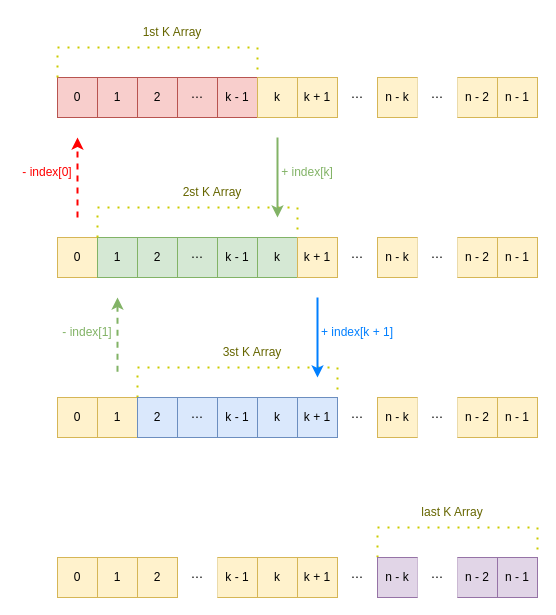
Earlier version of the draw.io diagram page "第 2 页" (2 of 2) of docs/0643_maximum_average_subarray_i.drawio (rickbsr/example-leetcode). Source tidied: cells renumbered, new cells numbered last; positions are measured from the earlier drawing's top-left corner, leaving out a move shared by most shapes. Both pictures are drawn from the tidied source at 100%, with x=0, y=0 at pixel (17, 17).
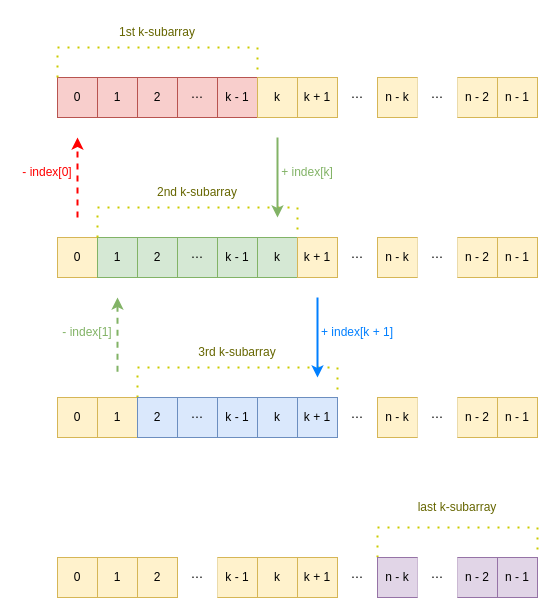
After the change.

Diff of the diagram source:
```diff
@@
-    <mxCell id="7" value="&lt;font color=&quot;#666600&quot;&gt;1st K Array&lt;/font&gt;" style="text;html=1;strokeColor=none;fillColor=none;align=center;verticalAlign=middle;whiteSpace=wrap;rounded=0;" parent="1" vertex="1">
-      <mxGeometry x="120" width="70" height="30" as="geometry" />
+    <mxCell id="7" value="&lt;font color=&quot;#666600&quot;&gt;1st k-subarray&lt;/font&gt;" style="text;html=1;strokeColor=none;fillColor=none;align=center;verticalAlign=middle;whiteSpace=wrap;rounded=0;" parent="1" vertex="1">
+      <mxGeometry x="95" width="90" height="30" as="geometry" />
     </mxCell>
@@
-    <mxCell id="19" value="&lt;font color=&quot;#666600&quot;&gt;2st K Array&lt;/font&gt;" style="text;html=1;strokeColor=none;fillColor=none;align=center;verticalAlign=middle;whiteSpace=wrap;rounded=0;" parent="1" vertex="1">
-      <mxGeometry x="160" y="160" width="70" height="30" as="geometry" />
+    <mxCell id="19" value="&lt;font color=&quot;#666600&quot;&gt;2nd k-subarray&lt;/font&gt;" style="text;html=1;strokeColor=none;fillColor=none;align=center;verticalAlign=middle;whiteSpace=wrap;rounded=0;" parent="1" vertex="1">
+      <mxGeometry x="125" y="160" width="110" height="30" as="geometry" />
     </mxCell>
@@
-    <mxCell id="31" value="&lt;font color=&quot;#666600&quot;&gt;last K Array&lt;/font&gt;" style="text;html=1;strokeColor=none;fillColor=none;align=center;verticalAlign=middle;whiteSpace=wrap;rounded=0;" parent="1" vertex="1">
-      <mxGeometry x="400" y="480" width="70" height="30" as="geometry" />
+    <mxCell id="31" value="&lt;font color=&quot;#666600&quot;&gt;last k-subarray&lt;/font&gt;" style="text;html=1;strokeColor=none;fillColor=none;align=center;verticalAlign=middle;whiteSpace=wrap;rounded=0;" parent="1" vertex="1">
+      <mxGeometry x="380" y="475" width="120" height="30" as="geometry" />
     </mxCell>
@@
-    <mxCell id="45" value="&lt;font color=&quot;#666600&quot;&gt;3st K Array&lt;/font&gt;" style="text;html=1;strokeColor=none;fillColor=none;align=center;verticalAlign=middle;whiteSpace=wrap;rounded=0;" parent="1" vertex="1">
-      <mxGeometry x="200" y="320" width="70" height="30" as="geometry" />
+    <mxCell id="45" value="&lt;font color=&quot;#666600&quot;&gt;3rd k-subarray&lt;/font&gt;" style="text;html=1;strokeColor=none;fillColor=none;align=center;verticalAlign=middle;whiteSpace=wrap;rounded=0;" parent="1" vertex="1">
+      <mxGeometry x="170" y="320" width="100" height="30" as="geometry" />
     </mxCell>
```
